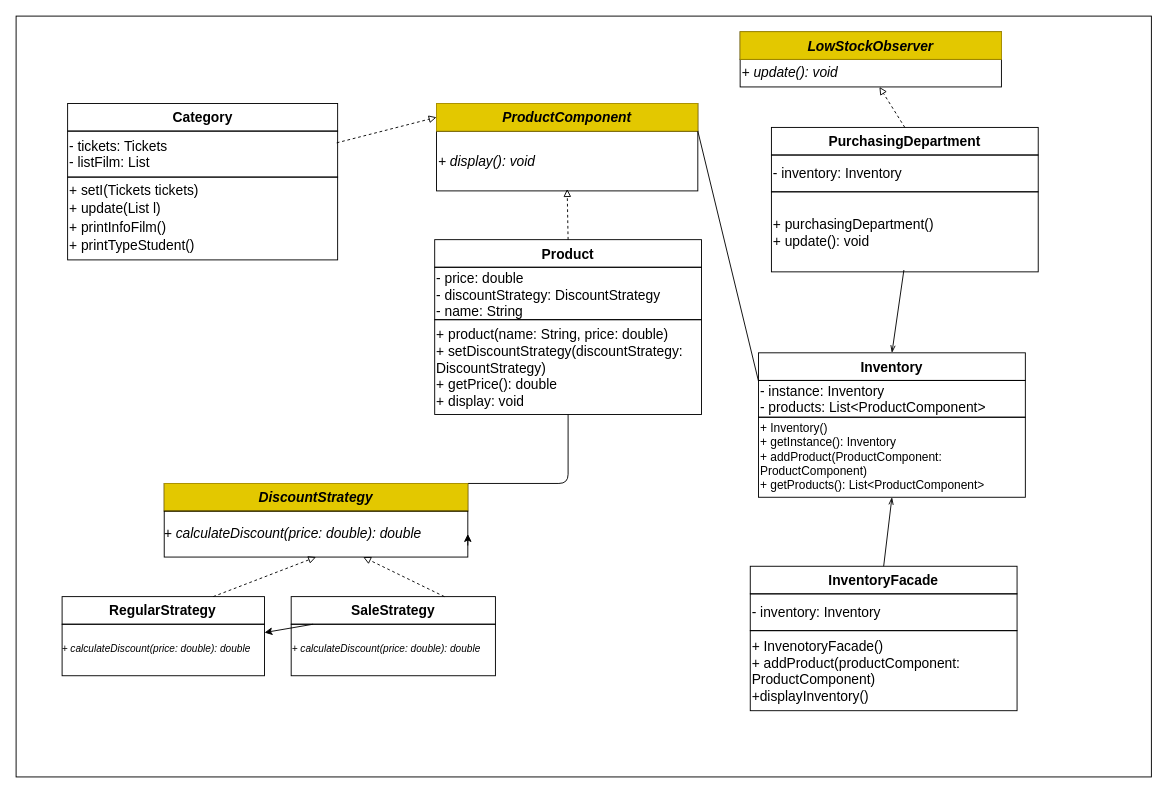
Above: Engenharia de Software 3/mvc/mvc.drawio in Simonehk/Bertoti (draw.io), before the change. Source tidied: cells renumbered, new cells numbered last; positions are measured from the earlier drawing's top-left corner, leaving out a move shared by most shapes. Both pictures are drawn from the tidied source at 92%, with x=0, y=0 at pixel (16, 16).
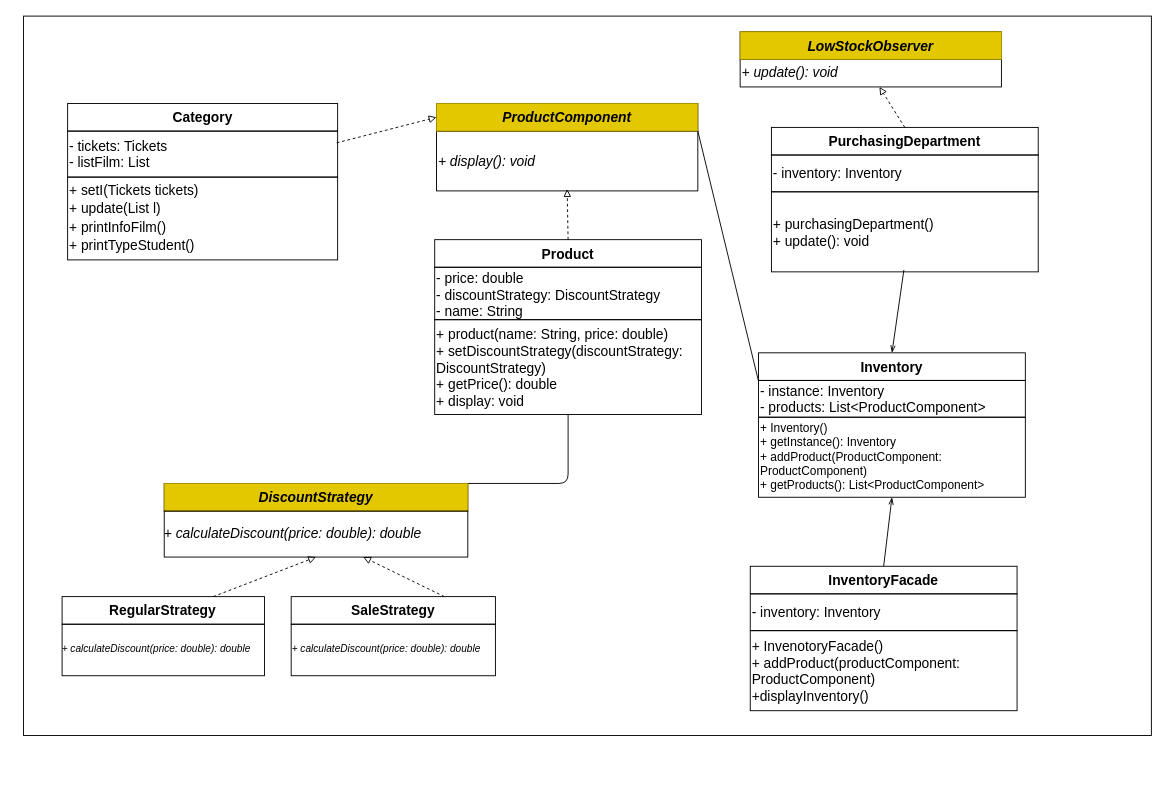
After the change.

Commit message (it also covers changes not shown here):
fix MVC uml

Unchanged cells that the change refers to:
```xml
<mxCell id="6" value="&lt;pre&gt;&lt;font face=&quot;Helvetica&quot;&gt;+ calculateDiscount(price: double): double&lt;/font&gt;&lt;br&gt;&lt;/pre&gt;" style="text;html=1;strokeColor=none;fillColor=none;align=left;verticalAlign=middle;whiteSpace=wrap;rounded=0;fontColor=#000000;fontStyle=2;fontSize=15;spacing=0;" parent="1" vertex="1">
  <mxGeometry x="161" y="538" width="330" height="50" as="geometry" />
</mxCell>
<mxCell id="15" value="SaleStrategy" style="text;html=1;strokeColor=none;fillColor=none;align=center;verticalAlign=middle;whiteSpace=wrap;rounded=0;fontColor=#000000;fontStyle=1;fontSize=15;" parent="1" vertex="1">
  <mxGeometry x="299" y="631" width="222" height="30" as="geometry" />
</mxCell>
<mxCell id="17" value="&lt;pre style=&quot;font-size: 11px;&quot;&gt;&lt;pre style=&quot;font-size: 11px; font-style: italic;&quot;&gt;&lt;font face=&quot;Helvetica&quot; style=&quot;font-size: 11px;&quot;&gt;+ calculateDiscount(price: double): double&lt;/font&gt;&lt;/pre&gt;&lt;/pre&gt;" style="text;html=1;strokeColor=none;fillColor=none;align=left;verticalAlign=middle;whiteSpace=wrap;rounded=0;fontColor=#000000;fontStyle=0;fontSize=11;spacing=0;" parent="1" vertex="1">
  <mxGeometry x="50" y="664" width="220" height="50" as="geometry" />
</mxCell>
```

The edit, as a diff of the source:
```diff
@@
-    <mxCell id="14" style="edgeStyle=none;html=1;fontSize=11;" parent="1" edge="1" source="15" target="17">
-      <mxGeometry relative="1" as="geometry" />
-    </mxCell>
@@
-    <mxCell id="50" style="edgeStyle=none;html=1;exitX=1;exitY=0.75;exitDx=0;exitDy=0;entryX=1;entryY=0.5;entryDx=0;entryDy=0;fontSize=11;" parent="1" edge="1" source="6" target="6">
-      <mxGeometry relative="1" as="geometry" />
-    </mxCell>
@@
     <mxCell id="64" style="rounded=0;whiteSpace=wrap;html=1;fontSize=13;fillColor=none;" parent="1" vertex="1">
-      <mxGeometry width="1234" height="827" as="geometry" />
+      <mxGeometry x="8" width="1226" height="782" as="geometry" />
     </mxCell>
```
